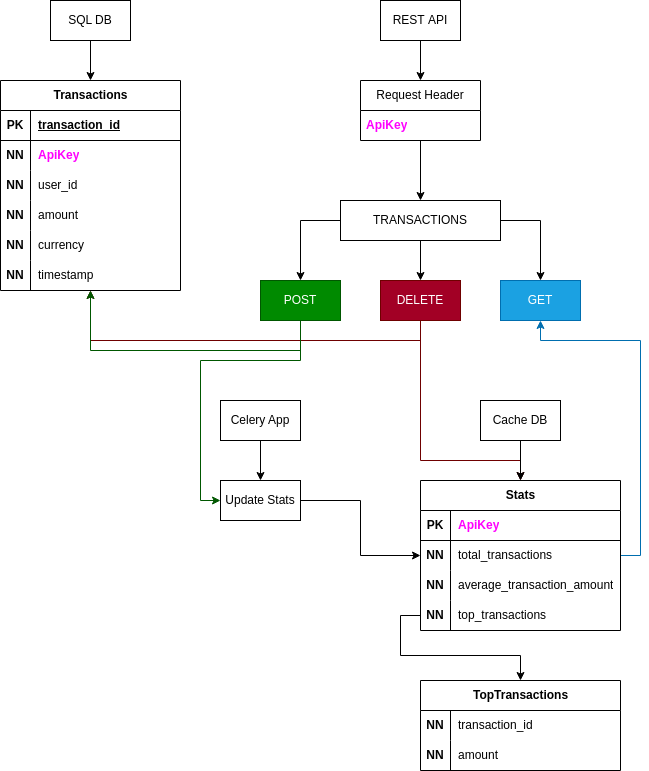
Before: WebDevelopment/TestWork005/data/Diagram.drawio.png, a diagram exported from draw.io (ames0k0/TestWork). Source tidied: cells renumbered, new cells last; positions are measured from the earlier drawing's top-left corner, leaving out a move shared by most shapes.
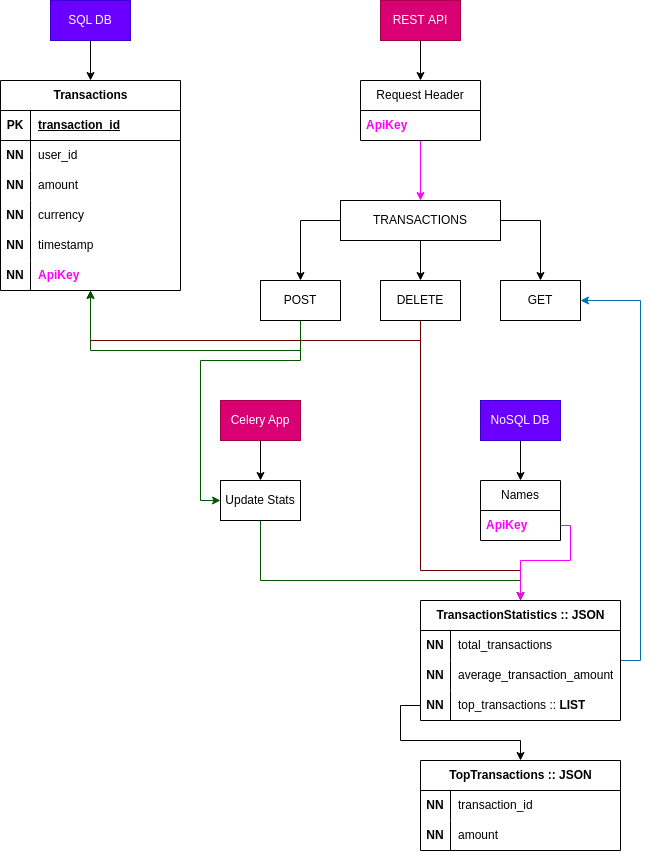
After the change.

Commit message:
Update task diagram

The edit, as a diff of the source:
```diff
@@ -10,15 +10,15 @@
         </Array>
       </mxGeometry>
     </mxCell>
-    <mxCell id="3" style="edgeStyle=orthogonalEdgeStyle;rounded=0;jettySize=auto;html=1;fillColor=#a20025;strokeColor=#6F0000;" parent="1" edge="1" source="4" target="53">
-      <mxGeometry relative="1" as="geometry">
-        <Array as="points">
-          <mxPoint x="420" y="460" />
-          <mxPoint x="520" y="460" />
-        </Array>
-      </mxGeometry>
-    </mxCell>
+    <mxCell id="67" style="edgeStyle=orthogonalEdgeStyle;rounded=0;jettySize=auto;html=1;fillColor=#a20025;strokeColor=#6F0000;" parent="1" edge="1" source="4" target="72">
+      <mxGeometry relative="1" as="geometry">
+        <Array as="points">
+          <mxPoint x="420" y="570" />
+          <mxPoint x="520" y="570" />
+        </Array>
+      </mxGeometry>
+    </mxCell>
-    <mxCell id="4" value="DELETE" style="whiteSpace=wrap;html=1;fillColor=#a20025;fontColor=#ffffff;strokeColor=#6F0000;" parent="1" vertex="1">
+    <mxCell id="4" value="DELETE" style="whiteSpace=wrap;html=1;" parent="1" vertex="1">
       <mxGeometry x="380" y="280" width="80" height="40" as="geometry" />
     </mxCell>
     <mxCell id="5" style="edgeStyle=orthogonalEdgeStyle;rounded=0;jettySize=auto;html=1;fillColor=#008a00;strokeColor=#005700;" parent="1" edge="1" source="7" target="13">
@@ -38,10 +38,10 @@
         </Array>
       </mxGeometry>
     </mxCell>
-    <mxCell id="7" value="POST" style="whiteSpace=wrap;html=1;fillColor=#008a00;fontColor=#ffffff;strokeColor=#005700;" parent="1" vertex="1">
+    <mxCell id="7" value="POST" style="whiteSpace=wrap;html=1;" parent="1" vertex="1">
       <mxGeometry x="260" y="280" width="80" height="40" as="geometry" />
     </mxCell>
-    <mxCell id="8" value="GET" style="whiteSpace=wrap;html=1;fillColor=#1ba1e2;fontColor=#ffffff;strokeColor=#006EAF;" parent="1" vertex="1">
+    <mxCell id="8" value="GET" style="whiteSpace=wrap;html=1;" parent="1" vertex="1">
       <mxGeometry x="500" y="280" width="80" height="40" as="geometry" />
     </mxCell>
     <mxCell id="9" style="edgeStyle=orthogonalEdgeStyle;rounded=0;jettySize=auto;html=1;" parent="1" edge="1" source="12" target="4">
@@ -76,17 +76,8 @@
     <mxCell id="16" value="transaction_id" style="shape=partialRectangle;fillColor=none;top=0;left=0;bottom=0;right=0;align=left;spacingLeft=6;fontStyle=5;overflow=hidden;whiteSpace=wrap;html=1;" parent="14" vertex="1">
       <mxGeometry x="30" width="150" height="30" as="geometry" />
     </mxCell>
-    <mxCell id="17" style="shape=tableRow;horizontal=0;startSize=0;swimlaneHead=0;swimlaneBody=0;fillColor=none;top=0;left=0;right=0;bottom=0;" parent="13" vertex="1">
-      <mxGeometry y="60" width="180" height="30" as="geometry" />
-    </mxCell>
-    <mxCell id="18" value="&lt;b&gt;NN&lt;/b&gt;" style="shape=partialRectangle;fillColor=none;top=0;left=0;bottom=0;right=0;overflow=hidden;whiteSpace=wrap;html=1;" parent="17" vertex="1">
-      <mxGeometry width="30" height="30" as="geometry" />
-    </mxCell>
-    <mxCell id="19" value="&lt;b&gt;&lt;font color=&quot;#ff00ff&quot;&gt;ApiKey&lt;/font&gt;&lt;/b&gt;" style="shape=partialRectangle;fillColor=none;top=0;left=0;bottom=0;right=0;align=left;spacingLeft=6;overflow=hidden;whiteSpace=wrap;html=1;" parent="17" vertex="1">
-      <mxGeometry x="30" width="150" height="30" as="geometry" />
-    </mxCell>
     <mxCell id="20" style="shape=tableRow;horizontal=0;startSize=0;swimlaneHead=0;swimlaneBody=0;fillColor=none;top=0;left=0;right=0;bottom=0;" parent="13" vertex="1">
-      <mxGeometry y="90" width="180" height="30" as="geometry" />
+      <mxGeometry y="60" width="180" height="30" as="geometry" />
     </mxCell>
     <mxCell id="21" value="&lt;b&gt;NN&lt;/b&gt;" style="shape=partialRectangle;fillColor=none;top=0;left=0;bottom=0;right=0;overflow=hidden;whiteSpace=wrap;html=1;" parent="20" vertex="1">
       <mxGeometry width="30" height="30" as="geometry" />
@@ -95,7 +86,7 @@
       <mxGeometry x="30" width="150" height="30" as="geometry" />
     </mxCell>
     <mxCell id="23" style="shape=tableRow;horizontal=0;startSize=0;swimlaneHead=0;swimlaneBody=0;fillColor=none;top=0;left=0;right=0;bottom=0;" parent="13" vertex="1">
-      <mxGeometry y="120" width="180" height="30" as="geometry" />
+      <mxGeometry y="90" width="180" height="30" as="geometry" />
     </mxCell>
     <mxCell id="24" value="&lt;b&gt;NN&lt;/b&gt;" style="shape=partialRectangle;fillColor=none;top=0;left=0;bottom=0;right=0;overflow=hidden;whiteSpace=wrap;html=1;" parent="23" vertex="1">
       <mxGeometry width="30" height="30" as="geometry" />
@@ -104,7 +95,7 @@
       <mxGeometry x="30" width="150" height="30" as="geometry" />
     </mxCell>
     <mxCell id="26" style="shape=tableRow;horizontal=0;startSize=0;swimlaneHead=0;swimlaneBody=0;fillColor=none;top=0;left=0;right=0;bottom=0;" parent="13" vertex="1">
-      <mxGeometry y="150" width="180" height="30" as="geometry" />
+      <mxGeometry y="120" width="180" height="30" as="geometry" />
     </mxCell>
     <mxCell id="27" value="&lt;b&gt;NN&lt;/b&gt;" style="shape=partialRectangle;fillColor=none;top=0;left=0;bottom=0;right=0;overflow=hidden;whiteSpace=wrap;html=1;" parent="26" vertex="1">
       <mxGeometry width="30" height="30" as="geometry" />
@@ -113,7 +104,7 @@
       <mxGeometry x="30" width="150" height="30" as="geometry" />
     </mxCell>
     <mxCell id="29" style="shape=tableRow;horizontal=0;startSize=0;swimlaneHead=0;swimlaneBody=0;fillColor=none;top=0;left=0;right=0;bottom=0;" parent="13" vertex="1">
-      <mxGeometry y="180" width="180" height="30" as="geometry" />
+      <mxGeometry y="150" width="180" height="30" as="geometry" />
     </mxCell>
     <mxCell id="30" value="&lt;b&gt;NN&lt;/b&gt;" style="shape=partialRectangle;fillColor=none;top=0;left=0;bottom=0;right=0;overflow=hidden;whiteSpace=wrap;html=1;" parent="29" vertex="1">
       <mxGeometry width="30" height="30" as="geometry" />
@@ -121,7 +112,16 @@
     <mxCell id="31" value="timestamp" style="shape=partialRectangle;fillColor=none;top=0;left=0;bottom=0;right=0;align=left;spacingLeft=6;overflow=hidden;whiteSpace=wrap;html=1;" parent="29" vertex="1">
       <mxGeometry x="30" width="150" height="30" as="geometry" />
     </mxCell>
+    <mxCell id="17" style="shape=tableRow;horizontal=0;startSize=0;swimlaneHead=0;swimlaneBody=0;fillColor=none;top=0;left=0;right=0;bottom=0;" parent="13" vertex="1">
+      <mxGeometry y="180" width="180" height="30" as="geometry" />
+    </mxCell>
+    <mxCell id="18" value="&lt;b&gt;NN&lt;/b&gt;" style="shape=partialRectangle;fillColor=none;top=0;left=0;bottom=0;right=0;overflow=hidden;whiteSpace=wrap;html=1;" parent="17" vertex="1">
+      <mxGeometry width="30" height="30" as="geometry" />
+    </mxCell>
+    <mxCell id="19" value="&lt;b&gt;&lt;font color=&quot;#ff00ff&quot;&gt;ApiKey&lt;/font&gt;&lt;/b&gt;" style="shape=partialRectangle;fillColor=none;top=0;left=0;bottom=0;right=0;align=left;spacingLeft=6;overflow=hidden;whiteSpace=wrap;html=1;" parent="17" vertex="1">
+      <mxGeometry x="30" width="150" height="30" as="geometry" />
+    </mxCell>
-    <mxCell id="32" style="edgeStyle=orthogonalEdgeStyle;rounded=0;jettySize=auto;html=1;" parent="1" edge="1" source="33" target="12">
+    <mxCell id="32" style="edgeStyle=orthogonalEdgeStyle;rounded=0;jettySize=auto;html=1;strokeColor=#ff00ff;" parent="1" edge="1" source="33" target="12">
       <mxGeometry relative="1" as="geometry" />
     </mxCell>
     <mxCell id="33" value="Request Header" style="swimlane;fontStyle=0;horizontal=1;startSize=30;whiteSpace=wrap;html=1;" parent="1" vertex="1">
@@ -133,29 +133,34 @@
     <mxCell id="35" style="edgeStyle=orthogonalEdgeStyle;rounded=0;jettySize=auto;html=1;" parent="1" edge="1" source="36" target="33">
       <mxGeometry relative="1" as="geometry" />
     </mxCell>
-    <mxCell id="36" value="REST&amp;nbsp;&lt;span style=&quot;background-color: initial;&quot;&gt;API&lt;/span&gt;" style="rounded=0;whiteSpace=wrap;html=1;" parent="1" vertex="1">
+    <mxCell id="36" value="REST&amp;nbsp;&lt;span style=&quot;background-color: initial;&quot;&gt;API&lt;/span&gt;" style="rounded=0;whiteSpace=wrap;html=1;fillColor=#d80073;strokeColor=#A50040;fontColor=#ffffff;" parent="1" vertex="1">
       <mxGeometry x="380" width="80" height="40" as="geometry" />
     </mxCell>
     <mxCell id="37" style="edgeStyle=orthogonalEdgeStyle;rounded=0;jettySize=auto;html=1;" parent="1" edge="1" source="38" target="40">
       <mxGeometry relative="1" as="geometry" />
     </mxCell>
-    <mxCell id="38" value="Celery App" style="rounded=0;whiteSpace=wrap;html=1;" parent="1" vertex="1">
+    <mxCell id="38" value="Celery App" style="rounded=0;whiteSpace=wrap;html=1;fillColor=#d80073;fontColor=#ffffff;strokeColor=#A50040;" parent="1" vertex="1">
       <mxGeometry x="220" y="400" width="80" height="40" as="geometry" />
     </mxCell>
-    <mxCell id="39" style="edgeStyle=orthogonalEdgeStyle;rounded=0;jettySize=auto;html=1;" parent="1" edge="1" source="40" target="53">
-      <mxGeometry relative="1" as="geometry" />
-    </mxCell>
+    <mxCell id="68" style="edgeStyle=orthogonalEdgeStyle;rounded=0;jettySize=auto;html=1;fillColor=#008a00;strokeColor=#005700;" parent="1" edge="1" source="40" target="72">
+      <mxGeometry relative="1" as="geometry">
+        <Array as="points">
+          <mxPoint x="260" y="580" />
+          <mxPoint x="520" y="580" />
+        </Array>
+      </mxGeometry>
+    </mxCell>
     <mxCell id="40" value="Update Stats" style="whiteSpace=wrap;html=1;rounded=0;" parent="1" vertex="1">
       <mxGeometry x="220" y="480" width="80" height="40" as="geometry" />
     </mxCell>
-    <mxCell id="41" style="edgeStyle=orthogonalEdgeStyle;rounded=0;jettySize=auto;html=1;" parent="1" edge="1" source="42" target="53">
-      <mxGeometry relative="1" as="geometry" />
-    </mxCell>
+    <mxCell id="69" style="edgeStyle=orthogonalEdgeStyle;rounded=0;jettySize=auto;html=1;" parent="1" edge="1" source="42" target="70">
+      <mxGeometry relative="1" as="geometry" />
+    </mxCell>
-    <mxCell id="42" value="Cache DB" style="rounded=0;whiteSpace=wrap;html=1;" parent="1" vertex="1">
+    <mxCell id="42" value="NoSQL DB" style="rounded=0;whiteSpace=wrap;html=1;fillColor=#6a00ff;fontColor=#ffffff;strokeColor=#3700CC;" parent="1" vertex="1">
       <mxGeometry x="480" y="400" width="80" height="40" as="geometry" />
     </mxCell>
-    <mxCell id="43" value="TopTransactions" style="shape=table;startSize=30;rowLines=0;fontStyle=1;align=center;html=1;" parent="1" vertex="1">
-      <mxGeometry x="420" y="680" width="200" height="90" as="geometry" />
+    <mxCell id="43" value="TopTransactions :: JSON" style="shape=table;startSize=30;rowLines=0;fontStyle=1;align=center;html=1;" parent="1" vertex="1">
+      <mxGeometry x="420" y="760" width="200" height="90" as="geometry" />
     </mxCell>
     <mxCell id="44" style="shape=tableRow;horizontal=0;startSize=0;swimlaneHead=0;swimlaneBody=0;fillColor=none;top=0;left=0;right=0;bottom=0;" parent="43" vertex="1">
       <mxGeometry y="30" width="200" height="30" as="geometry" />
@@ -178,59 +183,64 @@
     <mxCell id="50" style="edgeStyle=orthogonalEdgeStyle;rounded=0;jettySize=auto;html=1;" parent="1" edge="1" source="51" target="13">
       <mxGeometry relative="1" as="geometry" />
     </mxCell>
-    <mxCell id="51" value="SQL DB" style="rounded=0;whiteSpace=wrap;html=1;" parent="1" vertex="1">
+    <mxCell id="51" value="SQL DB" style="rounded=0;whiteSpace=wrap;html=1;fillColor=#6a00ff;fontColor=#ffffff;strokeColor=#3700CC;" parent="1" vertex="1">
       <mxGeometry x="50" width="80" height="40" as="geometry" />
     </mxCell>
-    <mxCell id="52" style="edgeStyle=orthogonalEdgeStyle;rounded=0;jettySize=auto;html=1;fillColor=#1ba1e2;strokeColor=#006EAF;" parent="1" edge="1" source="53" target="8">
-      <mxGeometry relative="1" as="geometry">
-        <Array as="points">
-          <mxPoint x="640" y="555" />
-          <mxPoint x="640" y="340" />
-          <mxPoint x="540" y="340" />
-        </Array>
-      </mxGeometry>
-    </mxCell>
-    <mxCell id="53" value="Stats" style="shape=table;startSize=30;rowLines=0;fontStyle=1;align=center;html=1;" parent="1" vertex="1">
-      <mxGeometry x="420" y="480" width="200" height="150" as="geometry" />
-    </mxCell>
-    <mxCell id="54" style="shape=tableRow;horizontal=0;startSize=0;swimlaneHead=0;swimlaneBody=0;fillColor=none;top=0;left=0;right=0;bottom=1;" parent="53" vertex="1">
-      <mxGeometry y="30" width="200" height="30" as="geometry" />
-    </mxCell>
-    <mxCell id="55" value="PK" style="shape=partialRectangle;fillColor=none;top=0;left=0;bottom=0;right=0;fontStyle=1;overflow=hidden;whiteSpace=wrap;html=1;" parent="54" vertex="1">
-      <mxGeometry width="30" height="30" as="geometry" />
-    </mxCell>
+    <mxCell id="70" value="Names" style="swimlane;fontStyle=0;horizontal=1;startSize=30;whiteSpace=wrap;html=1;" parent="1" vertex="1">
+      <mxGeometry x="480" y="480" width="80" height="60" as="geometry" />
+    </mxCell>
-    <mxCell id="56" value="&lt;font color=&quot;#ff00ff&quot;&gt;ApiKey&lt;/font&gt;" style="shape=partialRectangle;fillColor=none;top=0;left=0;bottom=0;right=0;align=left;spacingLeft=6;fontStyle=1;overflow=hidden;whiteSpace=wrap;html=1;strokeColor=default;verticalAlign=middle;" parent="54" vertex="1">
-      <mxGeometry x="30" width="170" height="30" as="geometry" />
+    <mxCell id="56" value="&lt;font color=&quot;#ff00ff&quot;&gt;ApiKey&lt;/font&gt;" style="text;strokeColor=none;fillColor=none;align=left;verticalAlign=middle;spacingLeft=4;spacingRight=4;overflow=hidden;points=[[0,0.5],[1,0.5]];portConstraint=eastwest;whiteSpace=wrap;html=1;fontStyle=1;" parent="70" vertex="1">
+      <mxGeometry y="30" width="80" height="30" as="geometry" />
     </mxCell>
+    <mxCell id="71" style="edgeStyle=orthogonalEdgeStyle;rounded=0;jettySize=auto;html=1;fillColor=#1ba1e2;strokeColor=#006EAF;" parent="1" edge="1" source="72" target="8">
+      <mxGeometry relative="1" as="geometry">
+        <Array as="points">
+          <mxPoint x="640" y="660" />
+          <mxPoint x="640" y="300" />
+        </Array>
+      </mxGeometry>
+    </mxCell>
+    <mxCell id="72" value="TransactionStatistics :: JSON" style="shape=table;startSize=30;rowLines=0;fontStyle=1;align=center;html=1;" parent="1" vertex="1">
+      <mxGeometry x="420" y="600" width="200" height="120" as="geometry" />
+    </mxCell>
+    <mxCell id="73" style="shape=tableRow;horizontal=0;startSize=0;swimlaneHead=0;swimlaneBody=0;fillColor=none;top=0;left=0;right=0;bottom=0;" parent="72" vertex="1">
+      <mxGeometry y="30" width="200" height="30" as="geometry" />
+    </mxCell>
+    <mxCell id="74" value="&lt;b&gt;NN&lt;/b&gt;" style="shape=partialRectangle;fillColor=none;top=0;left=0;bottom=0;right=0;overflow=hidden;whiteSpace=wrap;html=1;" parent="73" vertex="1">
+      <mxGeometry width="30" height="30" as="geometry" />
+    </mxCell>
+    <mxCell id="59" value="total_transactions" style="shape=partialRectangle;fillColor=none;top=0;left=0;bottom=0;right=0;align=left;spacingLeft=6;overflow=hidden;whiteSpace=wrap;html=1;" parent="73" vertex="1">
+      <mxGeometry x="30" width="170" height="30" as="geometry" />
+    </mxCell>
-    <mxCell id="57" style="shape=tableRow;horizontal=0;startSize=0;swimlaneHead=0;swimlaneBody=0;fillColor=none;top=0;left=0;right=0;bottom=0;" parent="53" vertex="1">
+    <mxCell id="57" style="shape=tableRow;horizontal=0;startSize=0;swimlaneHead=0;swimlaneBody=0;fillColor=none;top=0;left=0;right=0;bottom=0;" parent="72" vertex="1">
       <mxGeometry y="60" width="200" height="30" as="geometry" />
     </mxCell>
-    <mxCell id="58" value="&lt;b&gt;NN&lt;/b&gt;" style="shape=partialRectangle;fillColor=none;top=0;left=0;bottom=0;right=0;overflow=hidden;whiteSpace=wrap;html=1;" parent="57" vertex="1">
-      <mxGeometry width="30" height="30" as="geometry" />
-    </mxCell>
-    <mxCell id="59" value="total_transactions" style="shape=partialRectangle;fillColor=none;top=0;left=0;bottom=0;right=0;align=left;spacingLeft=6;overflow=hidden;whiteSpace=wrap;html=1;" parent="57" vertex="1">
-      <mxGeometry x="30" width="170" height="30" as="geometry" />
-    </mxCell>
+    <mxCell id="75" value="&lt;b&gt;NN&lt;/b&gt;" style="shape=partialRectangle;fillColor=none;top=0;left=0;bottom=0;right=0;overflow=hidden;whiteSpace=wrap;html=1;" parent="57" vertex="1">
+      <mxGeometry width="30" height="30" as="geometry" />
+    </mxCell>
+    <mxCell id="62" value="average_transaction_amount" style="shape=partialRectangle;fillColor=none;top=0;left=0;bottom=0;right=0;align=left;spacingLeft=6;overflow=hidden;whiteSpace=wrap;html=1;" parent="57" vertex="1">
+      <mxGeometry x="30" width="170" height="30" as="geometry" />
+    </mxCell>
-    <mxCell id="60" style="shape=tableRow;horizontal=0;startSize=0;swimlaneHead=0;swimlaneBody=0;fillColor=none;points=[[0,0.5],[1,0.5]];portConstraint=eastwest;top=0;left=0;right=0;bottom=0;" parent="53" vertex="1">
+    <mxCell id="60" style="shape=tableRow;horizontal=0;startSize=0;swimlaneHead=0;swimlaneBody=0;fillColor=none;points=[[0,0.5],[1,0.5]];portConstraint=eastwest;top=0;left=0;right=0;bottom=0;" parent="72" vertex="1">
       <mxGeometry y="90" width="200" height="30" as="geometry" />
     </mxCell>
-    <mxCell id="61" value="&lt;b&gt;NN&lt;/b&gt;" style="shape=partialRectangle;fillColor=none;top=0;left=0;bottom=0;right=0;overflow=hidden;whiteSpace=wrap;html=1;" parent="60" vertex="1">
-      <mxGeometry width="30" height="30" as="geometry" />
-    </mxCell>
-    <mxCell id="62" value="average_transaction_amount" style="shape=partialRectangle;fillColor=none;top=0;left=0;bottom=0;right=0;align=left;spacingLeft=6;overflow=hidden;whiteSpace=wrap;html=1;" parent="60" vertex="1">
-      <mxGeometry x="30" width="170" height="30" as="geometry" />
-    </mxCell>
-    <mxCell id="63" style="shape=tableRow;horizontal=0;startSize=0;swimlaneHead=0;swimlaneBody=0;fillColor=none;points=[[0,0.5],[1,0.5]];portConstraint=eastwest;top=0;left=0;right=0;bottom=0;" parent="53" vertex="1">
-      <mxGeometry y="120" width="200" height="30" as="geometry" />
-    </mxCell>
-    <mxCell id="64" value="&lt;b&gt;NN&lt;/b&gt;" style="shape=partialRectangle;fillColor=none;top=0;left=0;bottom=0;right=0;overflow=hidden;whiteSpace=wrap;html=1;" parent="63" vertex="1">
-      <mxGeometry width="30" height="30" as="geometry" />
-    </mxCell>
-    <mxCell id="65" value="top_transactions" style="shape=partialRectangle;fillColor=none;top=0;left=0;bottom=0;right=0;align=left;spacingLeft=6;overflow=hidden;whiteSpace=wrap;html=1;" parent="63" vertex="1">
-      <mxGeometry x="30" width="170" height="30" as="geometry" />
-    </mxCell>
-    <mxCell id="66" style="edgeStyle=orthogonalEdgeStyle;rounded=0;jettySize=auto;html=1;" parent="1" edge="1" source="63" target="43">
-      <mxGeometry relative="1" as="geometry" />
-    </mxCell>
+    <mxCell id="76" value="&lt;b&gt;NN&lt;/b&gt;" style="shape=partialRectangle;fillColor=none;top=0;left=0;bottom=0;right=0;overflow=hidden;whiteSpace=wrap;html=1;" parent="60" vertex="1">
+      <mxGeometry width="30" height="30" as="geometry" />
+    </mxCell>
+    <mxCell id="77" value="top_transactions :: &lt;b&gt;LIST&lt;/b&gt;" style="shape=partialRectangle;fillColor=none;top=0;left=0;bottom=0;right=0;align=left;spacingLeft=6;overflow=hidden;whiteSpace=wrap;html=1;" parent="60" vertex="1">
+      <mxGeometry x="30" width="170" height="30" as="geometry" />
+    </mxCell>
+    <mxCell id="78" style="edgeStyle=orthogonalEdgeStyle;rounded=0;jettySize=auto;html=1;" parent="1" edge="1" source="60" target="43">
+      <mxGeometry relative="1" as="geometry" />
+    </mxCell>
+    <mxCell id="79" style="edgeStyle=orthogonalEdgeStyle;rounded=0;jettySize=auto;html=1;strokeColor=#ff00ff;" parent="1" edge="1" source="56" target="72">
+      <mxGeometry relative="1" as="geometry">
+        <Array as="points">
+          <mxPoint x="570" y="525" />
+          <mxPoint x="570" y="560" />
+          <mxPoint x="520" y="560" />
+        </Array>
+      </mxGeometry>
+    </mxCell>
   </root>
 </mxGraphModel>
```
